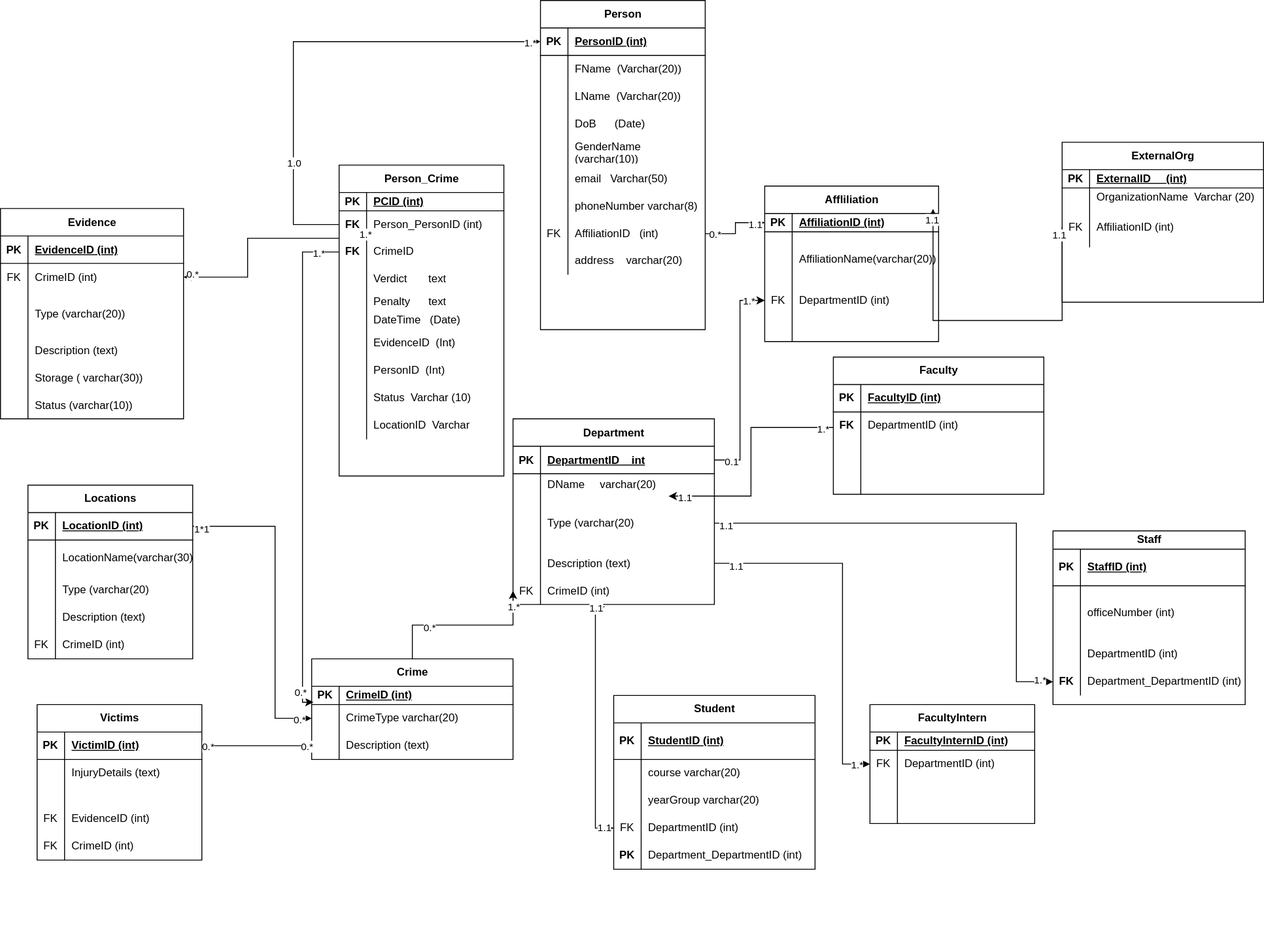
Earlier version of the draw.io export Untitled Diagram.drawio.svg (Priscile2/Diagrams). Source tidied: cells renumbered, new cells last; positions are measured from the earlier drawing's top-left corner, leaving out a move shared by most shapes.
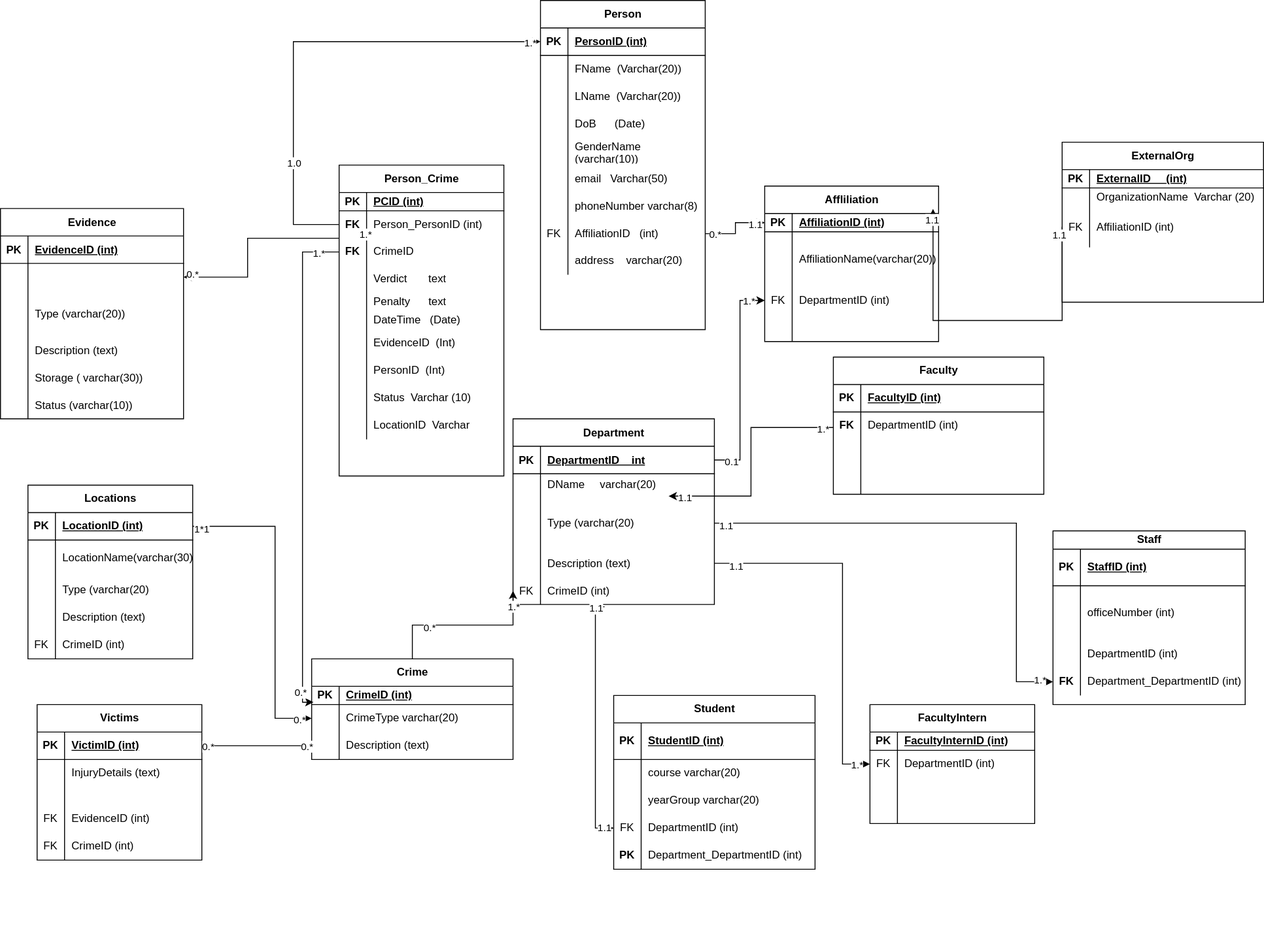
Above is the later version.

Commit message:
Mettre à jour Untitled Diagram.drawio.svg

The edit, as a diff of the source:
```diff
@@ -188,10 +188,10 @@
     <mxCell id="63" style="shape=tableRow;horizontal=0;startSize=0;swimlaneHead=0;swimlaneBody=0;fillColor=none;points=[[0,0.5],[1,0.5]];portConstraint=eastwest;top=0;left=0;right=0;bottom=0;" parent="59" vertex="1">
       <mxGeometry y="60" width="200" height="30" as="geometry" />
     </mxCell>
-    <mxCell id="64" value="&lt;span style=&quot;white-space: pre;&quot;&gt;FK&lt;/span&gt;" style="shape=partialRectangle;fillColor=none;top=0;left=0;bottom=0;right=0;overflow=hidden;whiteSpace=wrap;html=1;" parent="63" vertex="1">
+    <mxCell id="64" style="shape=partialRectangle;fillColor=none;top=0;left=0;bottom=0;right=0;overflow=hidden;whiteSpace=wrap;html=1;" parent="63" vertex="1">
       <mxGeometry width="30" height="30" as="geometry" />
     </mxCell>
-    <mxCell id="65" value="CrimeID (int)&amp;nbsp;" style="shape=partialRectangle;fillColor=none;top=0;left=0;bottom=0;right=0;align=left;spacingLeft=6;overflow=hidden;whiteSpace=wrap;html=1;" parent="63" vertex="1">
+    <mxCell id="65" style="shape=partialRectangle;fillColor=none;top=0;left=0;bottom=0;right=0;align=left;spacingLeft=6;overflow=hidden;whiteSpace=wrap;html=1;" parent="63" vertex="1">
       <mxGeometry x="30" width="170" height="30" as="geometry" />
     </mxCell>
     <mxCell id="66" style="shape=tableRow;horizontal=0;startSize=0;swimlaneHead=0;swimlaneBody=0;fillColor=none;top=0;left=0;right=0;bottom=0;" parent="59" vertex="1">
```
